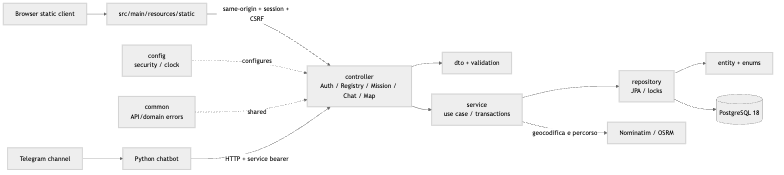
The Mermaid diagram docs/diagrams/rendered/component_packages.png in coluccimarco/fornitori-soccorso, before a commit. Its source is kept beside it as docs/diagrams/component_packages.mmd.
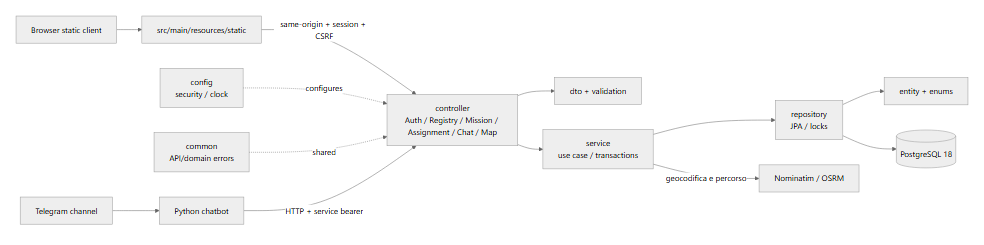
After the change.

Change to the diagram source:
```diff
@@ -1,6 +1,6 @@
 flowchart LR
     Browser["Browser static client"] --> Static["src/main/resources/static"]
-    Static -->|same-origin + session + CSRF| Controller["controller<br/>Auth / Registry / Mission / Chat / Map"]
+    Static -->|same-origin + session + CSRF| Controller["controller<br/>Auth / Registry / Mission / Assignment / Chat / Map"]
     Controller --> DTO["dto + validation"]
     Controller --> Service["service<br/>use case / transactions"]
     Service --> Repo["repository<br/>JPA / locks"]
```
